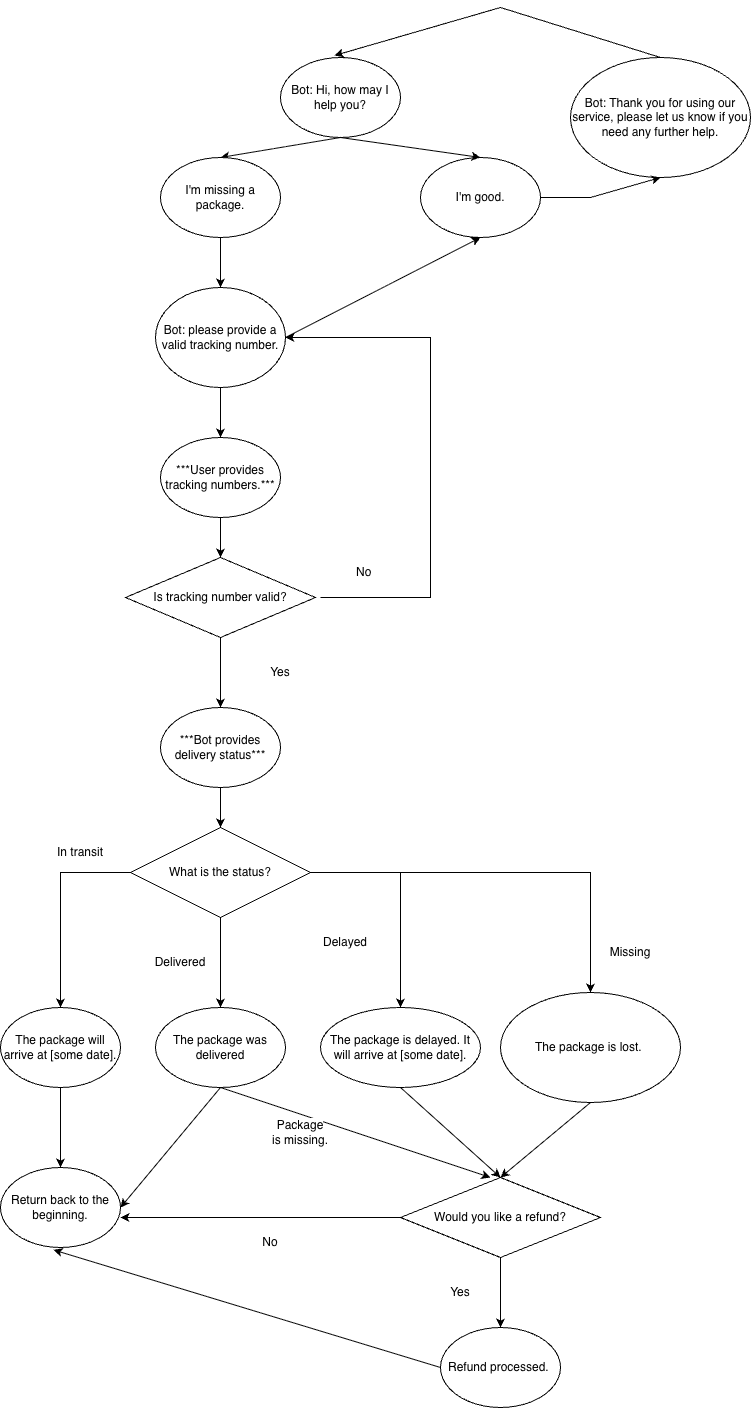
Before: Chatbot_conversation_flowchart.png, a diagram exported from draw.io (joshu4lim/customer-service-chatbot). Source tidied: cells renumbered, new cells last; positions are measured from the earlier drawing's top-left corner, leaving out a move shared by most shapes.
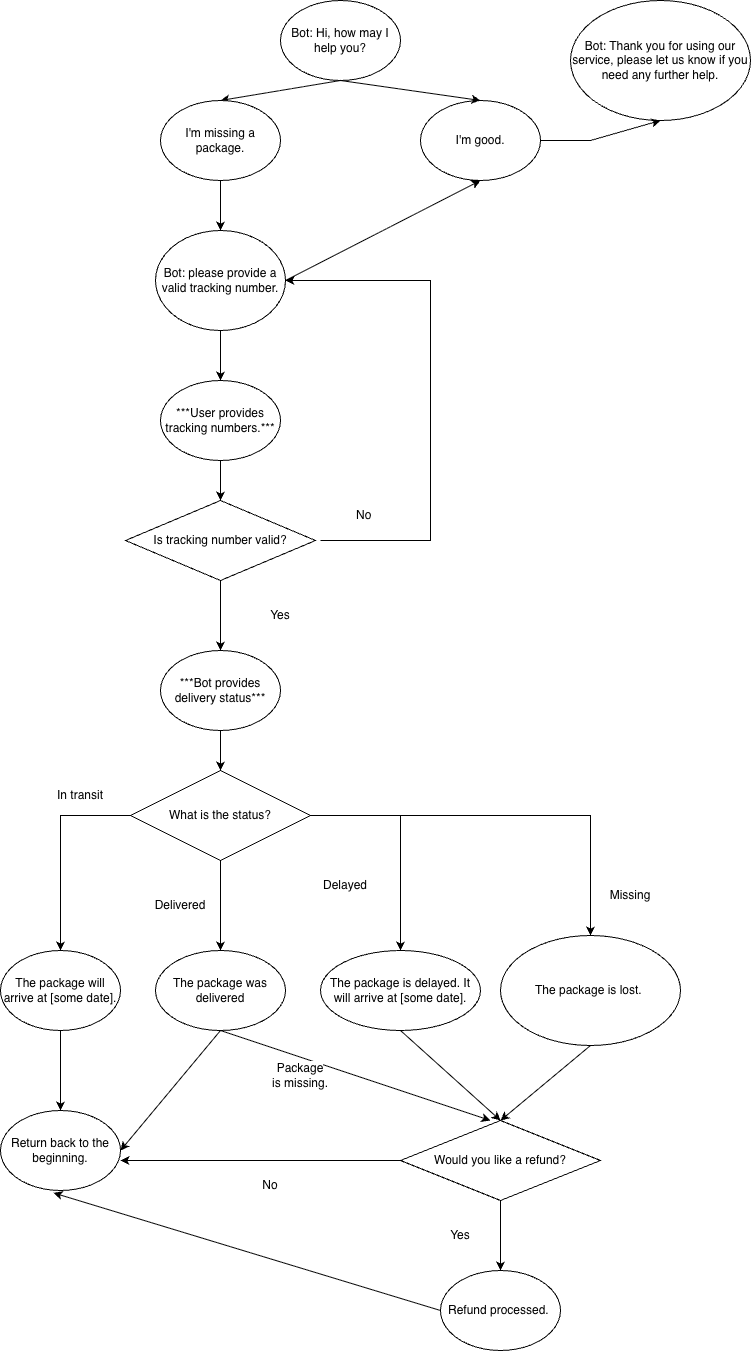
After the commit.

Commit message:
Finished chatbot

Diff of the diagram source:
```diff
@@ -27,13 +27,6 @@
         </Array>
       </mxGeometry>
     </mxCell>
-    <mxCell id="9" style="endArrow=classic;html=1;rounded=0;exitX=0.5;exitY=0;exitDx=0;exitDy=0;entryX=0.45;entryY=-0.025;entryDx=0;entryDy=0;entryPerimeter=0;" parent="1" edge="1" source="7" target="2">
-      <mxGeometry relative="1" as="geometry">
-        <Array as="points">
-          <mxPoint x="500" />
-        </Array>
-      </mxGeometry>
-    </mxCell>
     <mxCell id="10" value="Bot: please provide a valid tracking number." style="ellipse;whiteSpace=wrap;html=1;" parent="1" vertex="1">
       <mxGeometry x="155" y="280" width="130" height="100" as="geometry" />
     </mxCell>
```
